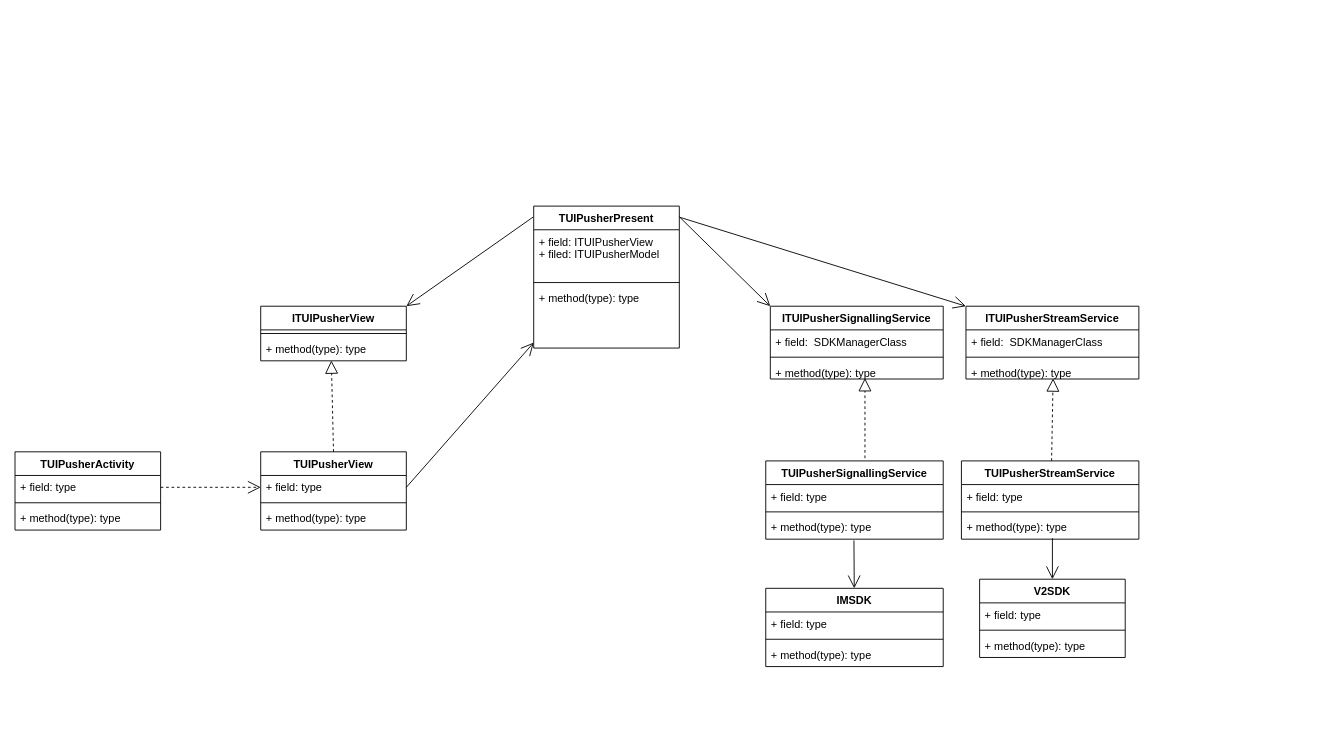
This is diagrams/TUIPusher.drawio from paopaosecret/resources, a draw.io file, before an edit. Source tidied: cells renumbered, new cells numbered last; positions are measured from the earlier drawing's top-left corner, leaving out a move shared by most shapes. Both pictures are drawn from the tidied source at 91%, with x=0, y=0 at pixel (15, 206).
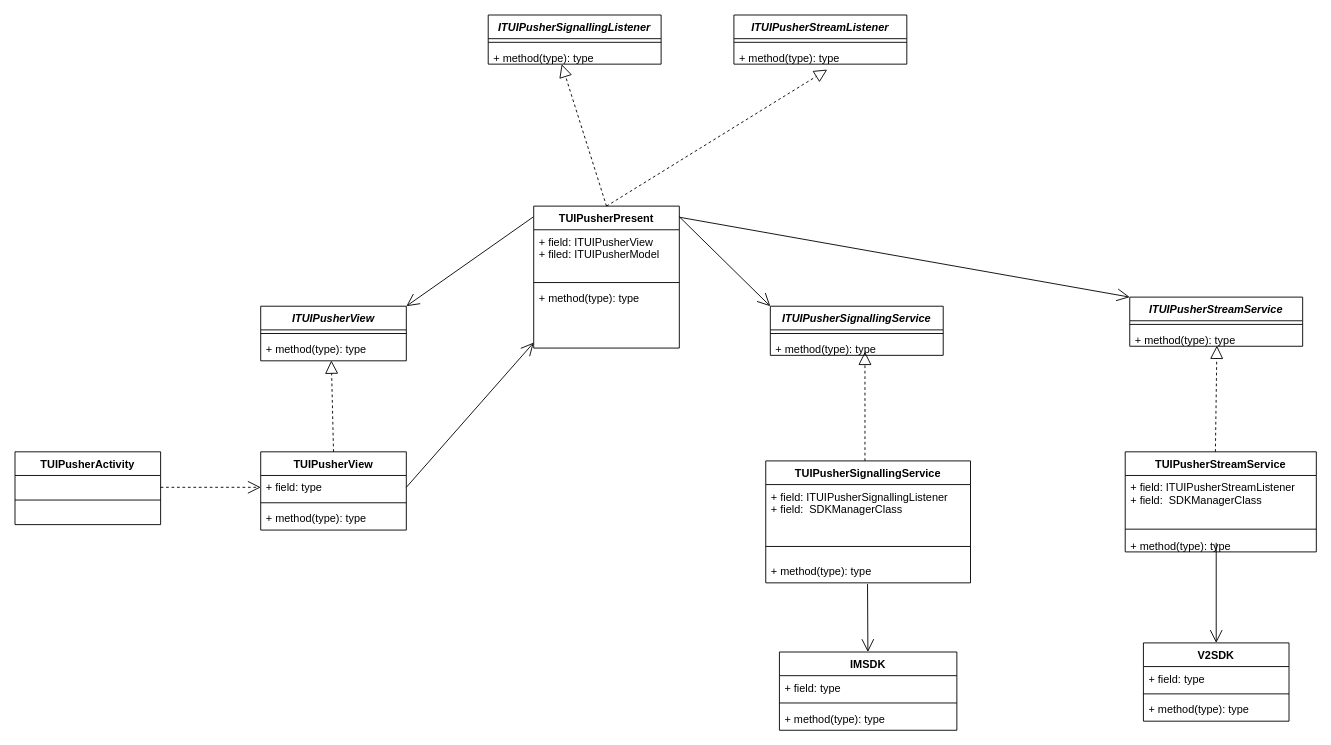
Above is the later version.

Unchanged cells that the change refers to:
```xml
<mxCell id="5" value="TUIPusherPresent" style="swimlane;fontStyle=1;align=center;verticalAlign=top;horizontal=1;startSize=26;" parent="1" vertex="1">
  <mxGeometry x="570" width="160" height="156" as="geometry" />
</mxCell>
<mxCell id="14" value="+ field: type" style="text;strokeColor=none;fillColor=none;align=left;verticalAlign=top;spacingLeft=4;spacingRight=4;overflow=hidden;points=[[0,0.5],[1,0.5]];portConstraint=eastwest;" parent="13" vertex="1">
  <mxGeometry y="26" width="160" height="26" as="geometry" />
</mxCell>
```

The edit, as a diff of the source:
```diff
@@
-    <mxCell id="2" value="ITUIPusherView" style="swimlane;fontStyle=1;align=center;verticalAlign=top;horizontal=1;startSize=26;" parent="1" vertex="1">
+    <mxCell id="2" value="ITUIPusherView" style="swimlane;fontStyle=3;align=center;verticalAlign=top;horizontal=1;startSize=26;" parent="1" vertex="1">
       <mxGeometry x="270" y="110" width="160" height="60" as="geometry" />
     </mxCell>
@@
-    <mxCell id="9" value="ITUIPusherSignallingService" style="swimlane;fontStyle=1;align=center;verticalAlign=top;horizontal=1;startSize=26;" parent="1" vertex="1">
-      <mxGeometry x="830" y="110" width="190" height="80" as="geometry" />
-    </mxCell>
-    <mxCell id="10" value="+ field:  SDKManagerClass" style="text;strokeColor=none;fillColor=none;align=left;verticalAlign=top;spacingLeft=4;spacingRight=4;overflow=hidden;" parent="9" vertex="1">
-      <mxGeometry y="26" width="190" height="26" as="geometry" />
-    </mxCell>
-    <mxCell id="11" style="line;strokeWidth=1;fillColor=none;align=left;verticalAlign=middle;spacingTop=-1;spacingLeft=3;spacingRight=3;labelPosition=right;" parent="9" vertex="1">
-      <mxGeometry y="52" width="190" height="8" as="geometry" />
-    </mxCell>
-    <mxCell id="12" value="+ method(type): type" style="text;strokeColor=none;fillColor=none;align=left;verticalAlign=top;spacingLeft=4;spacingRight=4;overflow=hidden;" parent="9" vertex="1">
-      <mxGeometry y="60" width="190" height="20" as="geometry" />
-    </mxCell>
@@
     <mxCell id="18" value="TUIPusherSignallingService" style="swimlane;fontStyle=1;align=center;verticalAlign=top;horizontal=1;startSize=26;" parent="1" vertex="1">
-      <mxGeometry x="825" y="280" width="195" height="86" as="geometry" />
+      <mxGeometry x="825" y="280" width="225" height="134" as="geometry" />
     </mxCell>
-    <mxCell id="19" value="+ field: type" style="text;strokeColor=none;fillColor=none;align=left;verticalAlign=top;spacingLeft=4;spacingRight=4;overflow=hidden;" parent="18" vertex="1">
-      <mxGeometry y="26" width="195" height="26" as="geometry" />
+    <mxCell id="19" value="+ field: ITUIPusherSignallingListener&#10;+ field:  SDKManagerClass" style="text;strokeColor=none;fillColor=none;align=left;verticalAlign=top;spacingLeft=4;spacingRight=4;overflow=hidden;" parent="18" vertex="1">
+      <mxGeometry y="26" width="225" height="54" as="geometry" />
     </mxCell>
     <mxCell id="20" style="line;strokeWidth=1;fillColor=none;align=left;verticalAlign=middle;spacingTop=-1;spacingLeft=3;spacingRight=3;labelPosition=right;" parent="18" vertex="1">
-      <mxGeometry y="52" width="195" height="8" as="geometry" />
+      <mxGeometry y="80" width="225" height="28" as="geometry" />
     </mxCell>
     <mxCell id="21" value="+ method(type): type" style="text;strokeColor=none;fillColor=none;align=left;verticalAlign=top;spacingLeft=4;spacingRight=4;overflow=hidden;points=[[0,0.5],[1,0.5]];portConstraint=eastwest;" parent="18" vertex="1">
-      <mxGeometry y="60" width="195" height="26" as="geometry" />
+      <mxGeometry y="108" width="225" height="26" as="geometry" />
     </mxCell>
     <mxCell id="22" style="endArrow=block;dashed=1;endFill=0;endSize=12;html=1;" parent="1" edge="1">
       <mxGeometry relative="1" as="geometry">
-        <mxPoint x="934" y="277" as="sourcePoint" />
-        <mxPoint x="934" y="189" as="targetPoint" />
+        <mxPoint x="934" y="280" as="sourcePoint" />
+        <mxPoint x="934" y="160" as="targetPoint" />
       </mxGeometry>
     </mxCell>
     <mxCell id="23" value="TUIPusherActivity" style="swimlane;fontStyle=1;align=center;verticalAlign=top;horizontal=1;startSize=26;" parent="1" vertex="1">
-      <mxGeometry y="270" width="160" height="86" as="geometry" />
+      <mxGeometry y="270" width="160" height="80" as="geometry" />
     </mxCell>
-    <mxCell id="24" value="+ field: type" style="text;strokeColor=none;fillColor=none;align=left;verticalAlign=top;spacingLeft=4;spacingRight=4;overflow=hidden;points=[[0,0.5],[1,0.5]];portConstraint=eastwest;" parent="23" vertex="1">
-      <mxGeometry y="26" width="160" height="26" as="geometry" />
-    </mxCell>
     <mxCell id="25" style="line;strokeWidth=1;fillColor=none;align=left;verticalAlign=middle;spacingTop=-1;spacingLeft=3;spacingRight=3;labelPosition=right;" parent="23" vertex="1">
-      <mxGeometry y="52" width="160" height="8" as="geometry" />
+      <mxGeometry y="26" width="160" height="54" as="geometry" />
     </mxCell>
-    <mxCell id="26" value="+ method(type): type" style="text;strokeColor=none;fillColor=none;align=left;verticalAlign=top;spacingLeft=4;spacingRight=4;overflow=hidden;" parent="23" vertex="1">
-      <mxGeometry y="60" width="160" height="26" as="geometry" />
-    </mxCell>
-    <mxCell id="27" style="endArrow=open;endSize=12;dashed=1;html=1;exitX=1;exitY=0.5;exitDx=0;exitDy=0;entryX=0;entryY=0.5;entryDx=0;entryDy=0;" parent="1" edge="1" source="24" target="14">
-      <mxGeometry relative="1" as="geometry" />
+    <mxCell id="27" style="endArrow=open;endSize=12;dashed=1;html=1;exitX=1;exitY=0.5;exitDx=0;exitDy=0;entryX=0;entryY=0.5;entryDx=0;entryDy=0;" parent="1" edge="1" target="14">
+      <mxGeometry relative="1" as="geometry">
+        <mxPoint x="160" y="309" as="sourcePoint" />
+      </mxGeometry>
     </mxCell>
-    <mxCell id="28" style="endArrow=open;endFill=1;endSize=12;html=1;exitX=0.998;exitY=0.073;exitDx=0;exitDy=0;entryX=0;entryY=0;entryDx=0;entryDy=0;exitPerimeter=0;" parent="1" edge="1" source="5" target="9">
-      <mxGeometry relative="1" as="geometry" />
+    <mxCell id="28" style="endArrow=open;endFill=1;endSize=12;html=1;exitX=0.998;exitY=0.073;exitDx=0;exitDy=0;entryX=0;entryY=0;entryDx=0;entryDy=0;exitPerimeter=0;" parent="1" edge="1" source="5">
+      <mxGeometry relative="1" as="geometry">
+        <mxPoint x="830" y="110" as="targetPoint" />
+      </mxGeometry>
     </mxCell>
@@
-    <mxCell id="31" value="ITUIPusherStreamService" style="swimlane;fontStyle=1;align=center;verticalAlign=top;horizontal=1;startSize=26;" parent="1" vertex="1">
-      <mxGeometry x="1045" y="110" width="190" height="80" as="geometry" />
+    <mxCell id="31" value="ITUIPusherStreamService" style="swimlane;fontStyle=3;align=center;verticalAlign=top;horizontal=1;startSize=26;" parent="1" vertex="1">
+      <mxGeometry x="1225" y="100" width="190" height="54" as="geometry" />
     </mxCell>
-    <mxCell id="32" value="+ field:  SDKManagerClass" style="text;strokeColor=none;fillColor=none;align=left;verticalAlign=top;spacingLeft=4;spacingRight=4;overflow=hidden;" parent="31" vertex="1">
-      <mxGeometry y="26" width="190" height="26" as="geometry" />
-    </mxCell>
     <mxCell id="33" style="line;strokeWidth=1;fillColor=none;align=left;verticalAlign=middle;spacingTop=-1;spacingLeft=3;spacingRight=3;labelPosition=right;" parent="31" vertex="1">
-      <mxGeometry y="52" width="190" height="8" as="geometry" />
+      <mxGeometry y="26" width="190" height="8" as="geometry" />
     </mxCell>
     <mxCell id="34" value="+ method(type): type" style="text;strokeColor=none;fillColor=none;align=left;verticalAlign=top;spacingLeft=4;spacingRight=4;overflow=hidden;points=[[0,0.5],[1,0.5]];portConstraint=eastwest;" parent="31" vertex="1">
-      <mxGeometry y="60" width="190" height="20" as="geometry" />
+      <mxGeometry y="34" width="190" height="20" as="geometry" />
     </mxCell>
     <mxCell id="35" value="TUIPusherStreamService" style="swimlane;fontStyle=1;align=center;verticalAlign=top;horizontal=1;startSize=26;" parent="1" vertex="1">
-      <mxGeometry x="1040" y="280" width="195" height="86" as="geometry" />
+      <mxGeometry x="1220" y="270" width="210" height="110" as="geometry" />
     </mxCell>
-    <mxCell id="36" value="+ field: type" style="text;strokeColor=none;fillColor=none;align=left;verticalAlign=top;spacingLeft=4;spacingRight=4;overflow=hidden;" parent="35" vertex="1">
-      <mxGeometry y="26" width="195" height="26" as="geometry" />
+    <mxCell id="36" value="+ field: ITUIPusherStreamListener&#10;+ field:  SDKManagerClass" style="text;strokeColor=none;fillColor=none;align=left;verticalAlign=top;spacingLeft=4;spacingRight=4;overflow=hidden;" parent="35" vertex="1">
+      <mxGeometry y="26" width="210" height="54" as="geometry" />
     </mxCell>
     <mxCell id="37" style="line;strokeWidth=1;fillColor=none;align=left;verticalAlign=middle;spacingTop=-1;spacingLeft=3;spacingRight=3;labelPosition=right;" parent="35" vertex="1">
-      <mxGeometry y="52" width="195" height="8" as="geometry" />
+      <mxGeometry y="80" width="210" height="10" as="geometry" />
     </mxCell>
     <mxCell id="38" value="+ method(type): type" style="text;strokeColor=none;fillColor=none;align=left;verticalAlign=top;spacingLeft=4;spacingRight=4;overflow=hidden;" parent="35" vertex="1">
-      <mxGeometry y="60" width="195" height="26" as="geometry" />
+      <mxGeometry y="90" width="210" height="20" as="geometry" />
     </mxCell>
     <mxCell id="39" style="endArrow=block;dashed=1;endFill=0;endSize=12;html=1;exitX=0.542;exitY=-0.031;exitDx=0;exitDy=0;exitPerimeter=0;entryX=0.504;entryY=0.967;entryDx=0;entryDy=0;entryPerimeter=0;" parent="1" edge="1" target="34">
       <mxGeometry relative="1" as="geometry">
-        <mxPoint x="1139.1" y="280" as="sourcePoint" />
+        <mxPoint x="1319.1" y="270" as="sourcePoint" />
       </mxGeometry>
     </mxCell>
@@
     <mxCell id="41" value="IMSDK" style="swimlane;fontStyle=1;align=center;verticalAlign=top;horizontal=1;startSize=26;" parent="1" vertex="1">
-      <mxGeometry x="825" y="420" width="195" height="86" as="geometry" />
+      <mxGeometry x="840" y="490" width="195" height="86" as="geometry" />
     </mxCell>
@@
     <mxCell id="45" value="V2SDK" style="swimlane;fontStyle=1;align=center;verticalAlign=top;horizontal=1;startSize=26;" parent="1" vertex="1">
-      <mxGeometry x="1060" y="410" width="160" height="86" as="geometry" />
+      <mxGeometry x="1240" y="480" width="160" height="86" as="geometry" />
     </mxCell>
@@
     <mxCell id="50" style="endArrow=open;endFill=1;endSize=12;html=1;entryX=0.5;entryY=0;entryDx=0;entryDy=0;" parent="1" edge="1" target="45">
       <mxGeometry relative="1" as="geometry">
-        <mxPoint x="1140" y="365" as="sourcePoint" />
+        <mxPoint x="1320" y="370" as="sourcePoint" />
       </mxGeometry>
     </mxCell>
+    <mxCell id="9" value="ITUIPusherSignallingService" style="swimlane;fontStyle=3;align=center;verticalAlign=top;horizontal=1;startSize=26;" parent="1" vertex="1">
+      <mxGeometry x="830" y="110" width="190" height="54" as="geometry" />
+    </mxCell>
+    <mxCell id="51" style="line;strokeWidth=1;fillColor=none;align=left;verticalAlign=middle;spacingTop=-1;spacingLeft=3;spacingRight=3;labelPosition=right;" parent="9" vertex="1">
+      <mxGeometry y="26" width="190" height="8" as="geometry" />
+    </mxCell>
+    <mxCell id="52" value="+ method(type): type" style="text;strokeColor=none;fillColor=none;align=left;verticalAlign=top;spacingLeft=4;spacingRight=4;overflow=hidden;" parent="9" vertex="1">
+      <mxGeometry y="34" width="190" height="20" as="geometry" />
+    </mxCell>
+    <mxCell id="53" value="ITUIPusherSignallingListener" style="swimlane;fontStyle=3;align=center;verticalAlign=top;horizontal=1;startSize=26;" parent="1" vertex="1">
+      <mxGeometry x="520" y="-210" width="190" height="54" as="geometry" />
+    </mxCell>
+    <mxCell id="54" style="line;strokeWidth=1;fillColor=none;align=left;verticalAlign=middle;spacingTop=-1;spacingLeft=3;spacingRight=3;labelPosition=right;" parent="53" vertex="1">
+      <mxGeometry y="26" width="190" height="8" as="geometry" />
+    </mxCell>
+    <mxCell id="55" value="+ method(type): type" style="text;strokeColor=none;fillColor=none;align=left;verticalAlign=top;spacingLeft=4;spacingRight=4;overflow=hidden;points=[[0,0.5],[1,0.5]];portConstraint=eastwest;" parent="53" vertex="1">
+      <mxGeometry y="34" width="190" height="20" as="geometry" />
+    </mxCell>
+    <mxCell id="56" value="ITUIPusherStreamListener" style="swimlane;fontStyle=3;align=center;verticalAlign=top;horizontal=1;startSize=26;" parent="1" vertex="1">
+      <mxGeometry x="790" y="-210" width="190" height="54" as="geometry" />
+    </mxCell>
+    <mxCell id="57" style="line;strokeWidth=1;fillColor=none;align=left;verticalAlign=middle;spacingTop=-1;spacingLeft=3;spacingRight=3;labelPosition=right;" parent="56" vertex="1">
+      <mxGeometry y="26" width="190" height="8" as="geometry" />
+    </mxCell>
+    <mxCell id="58" value="+ method(type): type" style="text;strokeColor=none;fillColor=none;align=left;verticalAlign=top;spacingLeft=4;spacingRight=4;overflow=hidden;points=[[0,0.5],[1,0.5]];portConstraint=eastwest;" parent="56" vertex="1">
+      <mxGeometry y="34" width="190" height="20" as="geometry" />
+    </mxCell>
+    <mxCell id="59" style="endArrow=block;dashed=1;endFill=0;endSize=12;html=1;exitX=0.5;exitY=0;exitDx=0;exitDy=0;entryX=0.425;entryY=1;entryDx=0;entryDy=0;entryPerimeter=0;" parent="1" edge="1" source="5" target="55">
+      <mxGeometry relative="1" as="geometry" />
+    </mxCell>
+    <mxCell id="60" style="endArrow=block;dashed=1;endFill=0;endSize=12;html=1;exitX=0.5;exitY=0;exitDx=0;exitDy=0;entryX=0.54;entryY=1.3;entryDx=0;entryDy=0;entryPerimeter=0;" parent="1" edge="1" source="5" target="58">
+      <mxGeometry relative="1" as="geometry" />
+    </mxCell>
```
